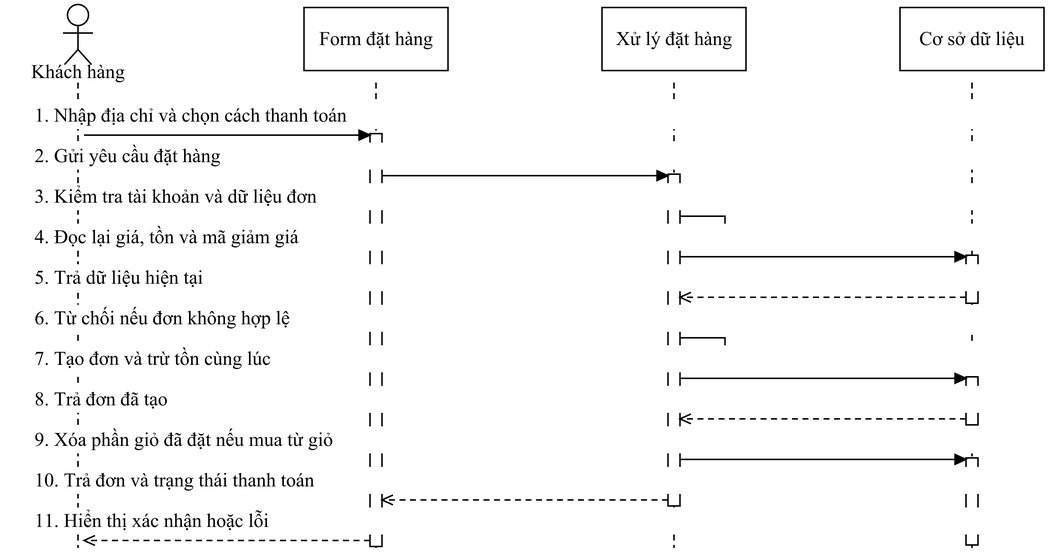
Above: docs/do-an-LSOUL/So-do-LSOUL-rut-gon/anh-png/SEQ-10.png in Loccao102/BanHang (draw.io), before the change. Source tidied: cells renumbered, new cells last; positions are measured from the earlier drawing's top-left corner, leaving out a move shared by most shapes.
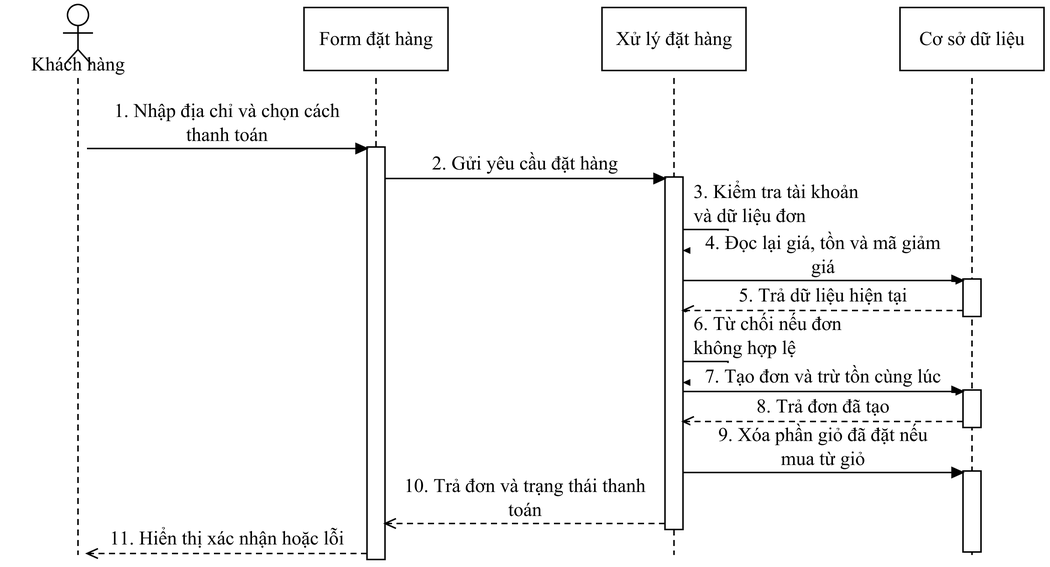
Later version of the same file.

Diff of the diagram source:
```diff
@@ -4,148 +4,148 @@
     <mxCell id="1" parent="0" />
     <mxCell id="2" style="fontFamily=Times New Roman;fontSize=13;fontColor=#000000;strokeColor=#000000;strokeWidth=1;fillColor=#FFFFFF;shadow=0;rounded=0;html=0;whiteSpace=wrap;spacing=5;endArrow=none;endFill=1;startArrow=none;dashed=1;dashPattern=4 3;" parent="1" edge="1">
       <mxGeometry relative="1" as="geometry">
-        <mxPoint x="48" y="52" as="sourcePoint" />
-        <mxPoint x="48" y="362" as="targetPoint" />
+        <mxPoint x="48" y="49" as="sourcePoint" />
+        <mxPoint x="48" y="367" as="targetPoint" />
       </mxGeometry>
     </mxCell>
     <mxCell id="3" style="fontFamily=Times New Roman;fontSize=13;fontColor=#000000;strokeColor=#000000;strokeWidth=1;fillColor=#FFFFFF;shadow=0;rounded=0;html=0;whiteSpace=wrap;spacing=5;endArrow=none;endFill=1;startArrow=none;dashed=1;dashPattern=4 3;" parent="1" edge="1">
       <mxGeometry relative="1" as="geometry">
-        <mxPoint x="246.7" y="52" as="sourcePoint" />
-        <mxPoint x="246.7" y="362" as="targetPoint" />
+        <mxPoint x="246.7" y="49" as="sourcePoint" />
+        <mxPoint x="246.7" y="367" as="targetPoint" />
       </mxGeometry>
     </mxCell>
     <mxCell id="4" style="fontFamily=Times New Roman;fontSize=13;fontColor=#000000;strokeColor=#000000;strokeWidth=1;fillColor=#FFFFFF;shadow=0;rounded=0;html=0;whiteSpace=wrap;spacing=5;endArrow=none;endFill=1;startArrow=none;dashed=1;dashPattern=4 3;" parent="1" edge="1">
       <mxGeometry relative="1" as="geometry">
-        <mxPoint x="445.3" y="52" as="sourcePoint" />
-        <mxPoint x="445.3" y="362" as="targetPoint" />
+        <mxPoint x="445.3" y="49" as="sourcePoint" />
+        <mxPoint x="445.3" y="367" as="targetPoint" />
       </mxGeometry>
     </mxCell>
     <mxCell id="5" style="fontFamily=Times New Roman;fontSize=13;fontColor=#000000;strokeColor=#000000;strokeWidth=1;fillColor=#FFFFFF;shadow=0;rounded=0;html=0;whiteSpace=wrap;spacing=5;endArrow=none;endFill=1;startArrow=none;dashed=1;dashPattern=4 3;" parent="1" edge="1">
       <mxGeometry relative="1" as="geometry">
-        <mxPoint x="644" y="52" as="sourcePoint" />
-        <mxPoint x="644" y="362" as="targetPoint" />
+        <mxPoint x="644" y="49" as="sourcePoint" />
+        <mxPoint x="644" y="367" as="targetPoint" />
       </mxGeometry>
     </mxCell>
     <mxCell id="6" style="fontFamily=Times New Roman;fontSize=13;fontColor=#000000;strokeColor=#000000;strokeWidth=1;fillColor=#FFFFFF;shadow=0;rounded=0;html=0;whiteSpace=wrap;spacing=5;align=center;verticalAlign=middle;" parent="1" vertex="1">
-      <mxGeometry x="640" y="167" width="8" height="32" as="geometry" />
+      <mxGeometry x="638" y="183" width="12" height="25" as="geometry" />
     </mxCell>
     <mxCell id="7" style="fontFamily=Times New Roman;fontSize=13;fontColor=#000000;strokeColor=#000000;strokeWidth=1;fillColor=#FFFFFF;shadow=0;rounded=0;html=0;whiteSpace=wrap;spacing=5;align=center;verticalAlign=middle;" parent="1" vertex="1">
-      <mxGeometry x="640" y="248" width="8" height="32" as="geometry" />
+      <mxGeometry x="638" y="257" width="12" height="25" as="geometry" />
     </mxCell>
     <mxCell id="8" style="fontFamily=Times New Roman;fontSize=13;fontColor=#000000;strokeColor=#000000;strokeWidth=1;fillColor=#FFFFFF;shadow=0;rounded=0;html=0;whiteSpace=wrap;spacing=5;align=center;verticalAlign=middle;" parent="1" vertex="1">
-      <mxGeometry x="441.3" y="113" width="8" height="221" as="geometry" />
+      <mxGeometry x="439.3" y="115" width="12" height="235" as="geometry" />
     </mxCell>
     <mxCell id="9" style="fontFamily=Times New Roman;fontSize=13;fontColor=#000000;strokeColor=#000000;strokeWidth=1;fillColor=#FFFFFF;shadow=0;rounded=0;html=0;whiteSpace=wrap;spacing=5;align=center;verticalAlign=middle;" parent="1" vertex="1">
-      <mxGeometry x="242.7" y="86" width="8" height="275" as="geometry" />
+      <mxGeometry x="240.7" y="95" width="12" height="275" as="geometry" />
     </mxCell>
     <mxCell id="10" style="fontFamily=Times New Roman;fontSize=13;fontColor=#000000;strokeColor=#000000;strokeWidth=1;fillColor=#FFFFFF;shadow=0;rounded=0;html=0;whiteSpace=wrap;spacing=5;align=center;verticalAlign=middle;" parent="1" vertex="1">
-      <mxGeometry x="640" y="302" width="8" height="58" as="geometry" />
+      <mxGeometry x="638" y="311" width="12" height="54" as="geometry" />
     </mxCell>
-    <mxCell id="11" value="1. Nhập địa chỉ và chọn cách thanh toán" style="fontFamily=Times New Roman;fontSize=13;fontColor=#000000;strokeColor=#000000;strokeWidth=1;fillColor=#FFFFFF;shadow=0;rounded=0;html=0;whiteSpace=wrap;spacing=5;text;strokeColor=none;fillColor=none;align=left;verticalAlign=middle;fillColor=#FFFFFF;" parent="1" vertex="1">
-      <mxGeometry x="14" y="65" width="664" height="18" as="geometry" />
+    <mxCell id="11" value="1. Nhập địa chỉ và chọn cách&#10;thanh toán" style="fontFamily=Times New Roman;fontSize=13;fontColor=#000000;strokeColor=#000000;strokeWidth=1;fillColor=#FFFFFF;shadow=0;rounded=0;html=0;whiteSpace=wrap;spacing=5;text;strokeColor=none;fillColor=none;align=center;verticalAlign=middle;fillColor=#FFFFFF;" parent="1" vertex="1">
+      <mxGeometry x="59" y="63" width="176.7" height="32" as="geometry" />
     </mxCell>
     <mxCell id="12" style="fontFamily=Times New Roman;fontSize=13;fontColor=#000000;strokeColor=#000000;strokeWidth=1;fillColor=#FFFFFF;shadow=0;rounded=0;html=0;whiteSpace=wrap;spacing=5;endArrow=block;endFill=1;startArrow=none;" parent="1" edge="1">
       <mxGeometry relative="1" as="geometry">
-        <mxPoint x="52" y="87" as="sourcePoint" />
-        <mxPoint x="242.7" y="87" as="targetPoint" />
+        <mxPoint x="54" y="96" as="sourcePoint" />
+        <mxPoint x="240.7" y="96" as="targetPoint" />
       </mxGeometry>
     </mxCell>
-    <mxCell id="13" value="2. Gửi yêu cầu đặt hàng" style="fontFamily=Times New Roman;fontSize=13;fontColor=#000000;strokeColor=#000000;strokeWidth=1;fillColor=#FFFFFF;shadow=0;rounded=0;html=0;whiteSpace=wrap;spacing=5;text;strokeColor=none;fillColor=none;align=left;verticalAlign=middle;fillColor=#FFFFFF;" parent="1" vertex="1">
-      <mxGeometry x="14" y="92" width="664" height="18" as="geometry" />
+    <mxCell id="13" value="2. Gửi yêu cầu đặt hàng" style="fontFamily=Times New Roman;fontSize=13;fontColor=#000000;strokeColor=#000000;strokeWidth=1;fillColor=#FFFFFF;shadow=0;rounded=0;html=0;whiteSpace=wrap;spacing=5;text;strokeColor=none;fillColor=none;align=center;verticalAlign=middle;fillColor=#FFFFFF;" parent="1" vertex="1">
+      <mxGeometry x="257.7" y="97" width="176.7" height="18" as="geometry" />
     </mxCell>
     <mxCell id="14" style="fontFamily=Times New Roman;fontSize=13;fontColor=#000000;strokeColor=#000000;strokeWidth=1;fillColor=#FFFFFF;shadow=0;rounded=0;html=0;whiteSpace=wrap;spacing=5;endArrow=block;endFill=1;startArrow=none;" parent="1" edge="1">
       <mxGeometry relative="1" as="geometry">
-        <mxPoint x="250.7" y="114" as="sourcePoint" />
-        <mxPoint x="441.3" y="114" as="targetPoint" />
+        <mxPoint x="252.7" y="116" as="sourcePoint" />
+        <mxPoint x="439.3" y="116" as="targetPoint" />
       </mxGeometry>
     </mxCell>
-    <mxCell id="15" value="3. Kiểm tra tài khoản và dữ liệu đơn" style="fontFamily=Times New Roman;fontSize=13;fontColor=#000000;strokeColor=#000000;strokeWidth=1;fillColor=#FFFFFF;shadow=0;rounded=0;html=0;whiteSpace=wrap;spacing=5;text;strokeColor=none;fillColor=none;align=left;verticalAlign=middle;fillColor=#FFFFFF;" parent="1" vertex="1">
-      <mxGeometry x="14" y="119" width="664" height="18" as="geometry" />
+    <mxCell id="15" value="3. Kiểm tra tài khoản&#10;và dữ liệu đơn" style="fontFamily=Times New Roman;fontSize=13;fontColor=#000000;strokeColor=#000000;strokeWidth=1;fillColor=#FFFFFF;shadow=0;rounded=0;html=0;whiteSpace=wrap;spacing=5;text;strokeColor=none;fillColor=none;align=left;verticalAlign=middle;fillColor=#FFFFFF;" parent="1" vertex="1">
+      <mxGeometry x="453.3" y="117" width="136" height="32" as="geometry" />
     </mxCell>
     <mxCell id="16" style="fontFamily=Times New Roman;fontSize=13;fontColor=#000000;strokeColor=#000000;strokeWidth=1;fillColor=#FFFFFF;shadow=0;rounded=0;html=0;whiteSpace=wrap;spacing=5;endArrow=block;endFill=1;startArrow=none;" parent="1" edge="1">
       <mxGeometry relative="1" as="geometry">
-        <mxPoint x="449.3" y="141" as="sourcePoint" />
-        <mxPoint x="450.3" y="153" as="targetPoint" />
+        <mxPoint x="451.3" y="150" as="sourcePoint" />
+        <mxPoint x="452.3" y="164" as="targetPoint" />
         <Array as="points">
-          <mxPoint x="479.3" y="141" />
-          <mxPoint x="479.3" y="153" />
+          <mxPoint x="481.3" y="150" />
+          <mxPoint x="481.3" y="164" />
         </Array>
       </mxGeometry>
     </mxCell>
-    <mxCell id="17" value="4. Đọc lại giá, tồn và mã giảm giá" style="fontFamily=Times New Roman;fontSize=13;fontColor=#000000;strokeColor=#000000;strokeWidth=1;fillColor=#FFFFFF;shadow=0;rounded=0;html=0;whiteSpace=wrap;spacing=5;text;strokeColor=none;fillColor=none;align=left;verticalAlign=middle;fillColor=#FFFFFF;" parent="1" vertex="1">
-      <mxGeometry x="14" y="146" width="664" height="18" as="geometry" />
+    <mxCell id="17" value="4. Đọc lại giá, tồn và mã giảm&#10;giá" style="fontFamily=Times New Roman;fontSize=13;fontColor=#000000;strokeColor=#000000;strokeWidth=1;fillColor=#FFFFFF;shadow=0;rounded=0;html=0;whiteSpace=wrap;spacing=5;text;strokeColor=none;fillColor=none;align=center;verticalAlign=middle;fillColor=#FFFFFF;" parent="1" vertex="1">
+      <mxGeometry x="456.3" y="151" width="176.7" height="32" as="geometry" />
     </mxCell>
     <mxCell id="18" style="fontFamily=Times New Roman;fontSize=13;fontColor=#000000;strokeColor=#000000;strokeWidth=1;fillColor=#FFFFFF;shadow=0;rounded=0;html=0;whiteSpace=wrap;spacing=5;endArrow=block;endFill=1;startArrow=none;" parent="1" edge="1">
       <mxGeometry relative="1" as="geometry">
-        <mxPoint x="449.3" y="168" as="sourcePoint" />
-        <mxPoint x="640" y="168" as="targetPoint" />
+        <mxPoint x="451.3" y="184" as="sourcePoint" />
+        <mxPoint x="638" y="184" as="targetPoint" />
       </mxGeometry>
     </mxCell>
-    <mxCell id="19" value="5. Trả dữ liệu hiện tại" style="fontFamily=Times New Roman;fontSize=13;fontColor=#000000;strokeColor=#000000;strokeWidth=1;fillColor=#FFFFFF;shadow=0;rounded=0;html=0;whiteSpace=wrap;spacing=5;text;strokeColor=none;fillColor=none;align=left;verticalAlign=middle;fillColor=#FFFFFF;" parent="1" vertex="1">
-      <mxGeometry x="14" y="173" width="664" height="18" as="geometry" />
+    <mxCell id="19" value="5. Trả dữ liệu hiện tại" style="fontFamily=Times New Roman;fontSize=13;fontColor=#000000;strokeColor=#000000;strokeWidth=1;fillColor=#FFFFFF;shadow=0;rounded=0;html=0;whiteSpace=wrap;spacing=5;text;strokeColor=none;fillColor=none;align=center;verticalAlign=middle;fillColor=#FFFFFF;" parent="1" vertex="1">
+      <mxGeometry x="456.3" y="185" width="176.7" height="18" as="geometry" />
     </mxCell>
     <mxCell id="20" style="fontFamily=Times New Roman;fontSize=13;fontColor=#000000;strokeColor=#000000;strokeWidth=1;fillColor=#FFFFFF;shadow=0;rounded=0;html=0;whiteSpace=wrap;spacing=5;endArrow=open;endFill=1;startArrow=none;dashed=1;dashPattern=4 3;" parent="1" edge="1">
       <mxGeometry relative="1" as="geometry">
-        <mxPoint x="640" y="195" as="sourcePoint" />
-        <mxPoint x="449.3" y="195" as="targetPoint" />
+        <mxPoint x="638" y="204" as="sourcePoint" />
+        <mxPoint x="451.3" y="204" as="targetPoint" />
       </mxGeometry>
     </mxCell>
-    <mxCell id="21" value="6. Từ chối nếu đơn không hợp lệ" style="fontFamily=Times New Roman;fontSize=13;fontColor=#000000;strokeColor=#000000;strokeWidth=1;fillColor=#FFFFFF;shadow=0;rounded=0;html=0;whiteSpace=wrap;spacing=5;text;strokeColor=none;fillColor=none;align=left;verticalAlign=middle;fillColor=#FFFFFF;" parent="1" vertex="1">
-      <mxGeometry x="14" y="200" width="664" height="18" as="geometry" />
+    <mxCell id="21" value="6. Từ chối nếu đơn&#10;không hợp lệ" style="fontFamily=Times New Roman;fontSize=13;fontColor=#000000;strokeColor=#000000;strokeWidth=1;fillColor=#FFFFFF;shadow=0;rounded=0;html=0;whiteSpace=wrap;spacing=5;text;strokeColor=none;fillColor=none;align=left;verticalAlign=middle;fillColor=#FFFFFF;" parent="1" vertex="1">
+      <mxGeometry x="453.3" y="205" width="136" height="32" as="geometry" />
     </mxCell>
     <mxCell id="22" style="fontFamily=Times New Roman;fontSize=13;fontColor=#000000;strokeColor=#000000;strokeWidth=1;fillColor=#FFFFFF;shadow=0;rounded=0;html=0;whiteSpace=wrap;spacing=5;endArrow=block;endFill=1;startArrow=none;" parent="1" edge="1">
       <mxGeometry relative="1" as="geometry">
-        <mxPoint x="449.3" y="222" as="sourcePoint" />
-        <mxPoint x="450.3" y="234" as="targetPoint" />
+        <mxPoint x="451.3" y="238" as="sourcePoint" />
+        <mxPoint x="452.3" y="252" as="targetPoint" />
         <Array as="points">
-          <mxPoint x="479.3" y="222" />
-          <mxPoint x="479.3" y="234" />
+          <mxPoint x="481.3" y="238" />
+          <mxPoint x="481.3" y="252" />
         </Array>
       </mxGeometry>
     </mxCell>
-    <mxCell id="23" value="7. Tạo đơn và trừ tồn cùng lúc" style="fontFamily=Times New Roman;fontSize=13;fontColor=#000000;strokeColor=#000000;strokeWidth=1;fillColor=#FFFFFF;shadow=0;rounded=0;html=0;whiteSpace=wrap;spacing=5;text;strokeColor=none;fillColor=none;align=left;verticalAlign=middle;fillColor=#FFFFFF;" parent="1" vertex="1">
-      <mxGeometry x="14" y="227" width="664" height="18" as="geometry" />
+    <mxCell id="23" value="7. Tạo đơn và trừ tồn cùng lúc" style="fontFamily=Times New Roman;fontSize=13;fontColor=#000000;strokeColor=#000000;strokeWidth=1;fillColor=#FFFFFF;shadow=0;rounded=0;html=0;whiteSpace=wrap;spacing=5;text;strokeColor=none;fillColor=none;align=center;verticalAlign=middle;fillColor=#FFFFFF;" parent="1" vertex="1">
+      <mxGeometry x="456.3" y="239" width="176.7" height="18" as="geometry" />
     </mxCell>
     <mxCell id="24" style="fontFamily=Times New Roman;fontSize=13;fontColor=#000000;strokeColor=#000000;strokeWidth=1;fillColor=#FFFFFF;shadow=0;rounded=0;html=0;whiteSpace=wrap;spacing=5;endArrow=block;endFill=1;startArrow=none;" parent="1" edge="1">
       <mxGeometry relative="1" as="geometry">
-        <mxPoint x="449.3" y="249" as="sourcePoint" />
-        <mxPoint x="640" y="249" as="targetPoint" />
+        <mxPoint x="451.3" y="258" as="sourcePoint" />
+        <mxPoint x="638" y="258" as="targetPoint" />
       </mxGeometry>
     </mxCell>
-    <mxCell id="25" value="8. Trả đơn đã tạo" style="fontFamily=Times New Roman;fontSize=13;fontColor=#000000;strokeColor=#000000;strokeWidth=1;fillColor=#FFFFFF;shadow=0;rounded=0;html=0;whiteSpace=wrap;spacing=5;text;strokeColor=none;fillColor=none;align=left;verticalAlign=middle;fillColor=#FFFFFF;" parent="1" vertex="1">
-      <mxGeometry x="14" y="254" width="664" height="18" as="geometry" />
+    <mxCell id="25" value="8. Trả đơn đã tạo" style="fontFamily=Times New Roman;fontSize=13;fontColor=#000000;strokeColor=#000000;strokeWidth=1;fillColor=#FFFFFF;shadow=0;rounded=0;html=0;whiteSpace=wrap;spacing=5;text;strokeColor=none;fillColor=none;align=center;verticalAlign=middle;fillColor=#FFFFFF;" parent="1" vertex="1">
+      <mxGeometry x="456.3" y="259" width="176.7" height="18" as="geometry" />
     </mxCell>
     <mxCell id="26" style="fontFamily=Times New Roman;fontSize=13;fontColor=#000000;strokeColor=#000000;strokeWidth=1;fillColor=#FFFFFF;shadow=0;rounded=0;html=0;whiteSpace=wrap;spacing=5;endArrow=open;endFill=1;startArrow=none;dashed=1;dashPattern=4 3;" parent="1" edge="1">
       <mxGeometry relative="1" as="geometry">
-        <mxPoint x="640" y="276" as="sourcePoint" />
-        <mxPoint x="449.3" y="276" as="targetPoint" />
+        <mxPoint x="638" y="278" as="sourcePoint" />
+        <mxPoint x="451.3" y="278" as="targetPoint" />
       </mxGeometry>
     </mxCell>
-    <mxCell id="27" value="9. Xóa phần giỏ đã đặt nếu mua từ giỏ" style="fontFamily=Times New Roman;fontSize=13;fontColor=#000000;strokeColor=#000000;strokeWidth=1;fillColor=#FFFFFF;shadow=0;rounded=0;html=0;whiteSpace=wrap;spacing=5;text;strokeColor=none;fillColor=none;align=left;verticalAlign=middle;fillColor=#FFFFFF;" parent="1" vertex="1">
-      <mxGeometry x="14" y="281" width="664" height="18" as="geometry" />
+    <mxCell id="27" value="9. Xóa phần giỏ đã đặt nếu&#10;mua từ giỏ" style="fontFamily=Times New Roman;fontSize=13;fontColor=#000000;strokeColor=#000000;strokeWidth=1;fillColor=#FFFFFF;shadow=0;rounded=0;html=0;whiteSpace=wrap;spacing=5;text;strokeColor=none;fillColor=none;align=center;verticalAlign=middle;fillColor=#FFFFFF;" parent="1" vertex="1">
+      <mxGeometry x="456.3" y="279" width="176.7" height="32" as="geometry" />
     </mxCell>
     <mxCell id="28" style="fontFamily=Times New Roman;fontSize=13;fontColor=#000000;strokeColor=#000000;strokeWidth=1;fillColor=#FFFFFF;shadow=0;rounded=0;html=0;whiteSpace=wrap;spacing=5;endArrow=block;endFill=1;startArrow=none;" parent="1" edge="1">
       <mxGeometry relative="1" as="geometry">
-        <mxPoint x="449.3" y="303" as="sourcePoint" />
-        <mxPoint x="640" y="303" as="targetPoint" />
+        <mxPoint x="451.3" y="312" as="sourcePoint" />
+        <mxPoint x="638" y="312" as="targetPoint" />
       </mxGeometry>
     </mxCell>
-    <mxCell id="29" value="10. Trả đơn và trạng thái thanh toán" style="fontFamily=Times New Roman;fontSize=13;fontColor=#000000;strokeColor=#000000;strokeWidth=1;fillColor=#FFFFFF;shadow=0;rounded=0;html=0;whiteSpace=wrap;spacing=5;text;strokeColor=none;fillColor=none;align=left;verticalAlign=middle;fillColor=#FFFFFF;" parent="1" vertex="1">
-      <mxGeometry x="14" y="308" width="664" height="18" as="geometry" />
+    <mxCell id="29" value="10. Trả đơn và trạng thái thanh&#10;toán" style="fontFamily=Times New Roman;fontSize=13;fontColor=#000000;strokeColor=#000000;strokeWidth=1;fillColor=#FFFFFF;shadow=0;rounded=0;html=0;whiteSpace=wrap;spacing=5;text;strokeColor=none;fillColor=none;align=center;verticalAlign=middle;fillColor=#FFFFFF;" parent="1" vertex="1">
+      <mxGeometry x="257.7" y="313" width="176.7" height="32" as="geometry" />
     </mxCell>
     <mxCell id="30" style="fontFamily=Times New Roman;fontSize=13;fontColor=#000000;strokeColor=#000000;strokeWidth=1;fillColor=#FFFFFF;shadow=0;rounded=0;html=0;whiteSpace=wrap;spacing=5;endArrow=open;endFill=1;startArrow=none;dashed=1;dashPattern=4 3;" parent="1" edge="1">
       <mxGeometry relative="1" as="geometry">
-        <mxPoint x="441.3" y="330" as="sourcePoint" />
-        <mxPoint x="250.7" y="330" as="targetPoint" />
+        <mxPoint x="439.3" y="346" as="sourcePoint" />
+        <mxPoint x="252.7" y="346" as="targetPoint" />
       </mxGeometry>
     </mxCell>
-    <mxCell id="31" value="11. Hiển thị xác nhận hoặc lỗi" style="fontFamily=Times New Roman;fontSize=13;fontColor=#000000;strokeColor=#000000;strokeWidth=1;fillColor=#FFFFFF;shadow=0;rounded=0;html=0;whiteSpace=wrap;spacing=5;text;strokeColor=none;fillColor=none;align=left;verticalAlign=middle;fillColor=#FFFFFF;" parent="1" vertex="1">
-      <mxGeometry x="14" y="335" width="664" height="18" as="geometry" />
+    <mxCell id="31" value="11. Hiển thị xác nhận hoặc lỗi" style="fontFamily=Times New Roman;fontSize=13;fontColor=#000000;strokeColor=#000000;strokeWidth=1;fillColor=#FFFFFF;shadow=0;rounded=0;html=0;whiteSpace=wrap;spacing=5;text;strokeColor=none;fillColor=none;align=center;verticalAlign=middle;fillColor=#FFFFFF;" parent="1" vertex="1">
+      <mxGeometry x="59" y="347" width="176.7" height="18" as="geometry" />
     </mxCell>
     <mxCell id="32" style="fontFamily=Times New Roman;fontSize=13;fontColor=#000000;strokeColor=#000000;strokeWidth=1;fillColor=#FFFFFF;shadow=0;rounded=0;html=0;whiteSpace=wrap;spacing=5;endArrow=open;endFill=1;startArrow=none;dashed=1;dashPattern=4 3;" parent="1" edge="1">
       <mxGeometry relative="1" as="geometry">
-        <mxPoint x="242.7" y="357" as="sourcePoint" />
-        <mxPoint x="52" y="357" as="targetPoint" />
+        <mxPoint x="240.7" y="366" as="sourcePoint" />
+        <mxPoint x="54" y="366" as="targetPoint" />
       </mxGeometry>
     </mxCell>
     <mxCell id="33" style="fontFamily=Times New Roman;fontSize=13;fontColor=#000000;strokeColor=#000000;strokeWidth=1;fillColor=#FFFFFF;shadow=0;rounded=0;html=0;whiteSpace=wrap;spacing=5;ellipse;perimeter=ellipsePerimeter;align=center;verticalAlign=middle;" parent="1" vertex="1">
@@ -176,7 +176,7 @@
       </mxGeometry>
     </mxCell>
     <mxCell id="38" value="Khách hàng" style="fontFamily=Times New Roman;fontSize=13;fontColor=#000000;strokeColor=#000000;strokeWidth=1;fillColor=#FFFFFF;shadow=0;rounded=0;html=0;whiteSpace=wrap;spacing=5;text;strokeColor=none;fillColor=none;align=center;verticalAlign=middle;" parent="1" vertex="1">
-      <mxGeometry y="37" width="96" height="16" as="geometry" />
+      <mxGeometry y="32" width="96" height="16" as="geometry" />
     </mxCell>
     <mxCell id="39" value="Form đặt hàng" style="fontFamily=Times New Roman;fontSize=13;fontColor=#000000;strokeColor=#000000;strokeWidth=1;fillColor=#FFFFFF;shadow=0;rounded=0;html=0;whiteSpace=wrap;spacing=5;align=center;verticalAlign=middle;" parent="1" vertex="1">
       <mxGeometry x="198.7" y="2" width="96" height="42" as="geometry" />
```
